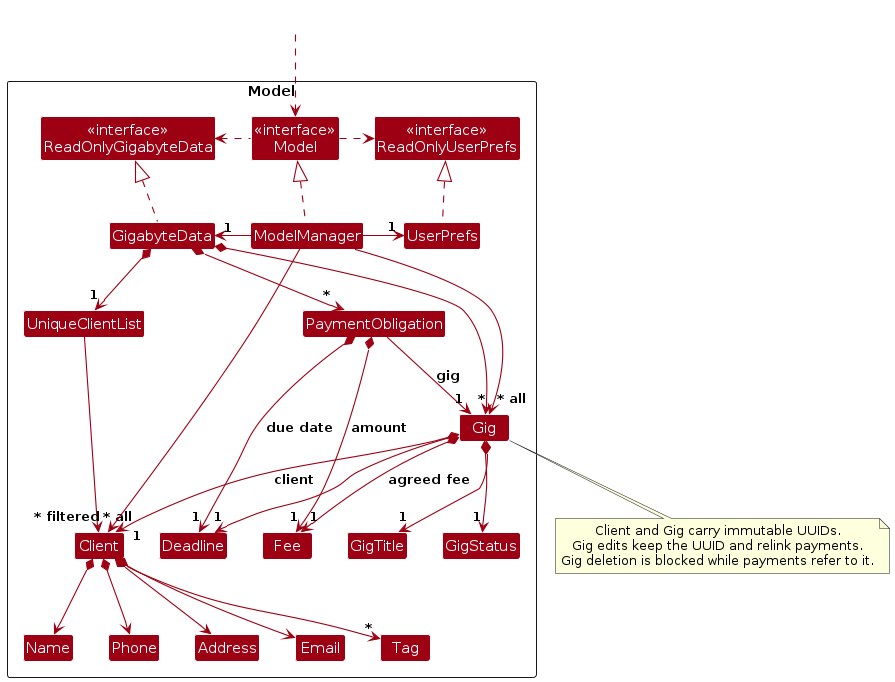
AY2627S1-CS2103T-W14-4/tp keeps this PlantUML diagram as diagrams/ModelClassDiagram.png. Above is the earlier version. Its source is kept beside it as diagrams/ModelClassDiagram.puml.
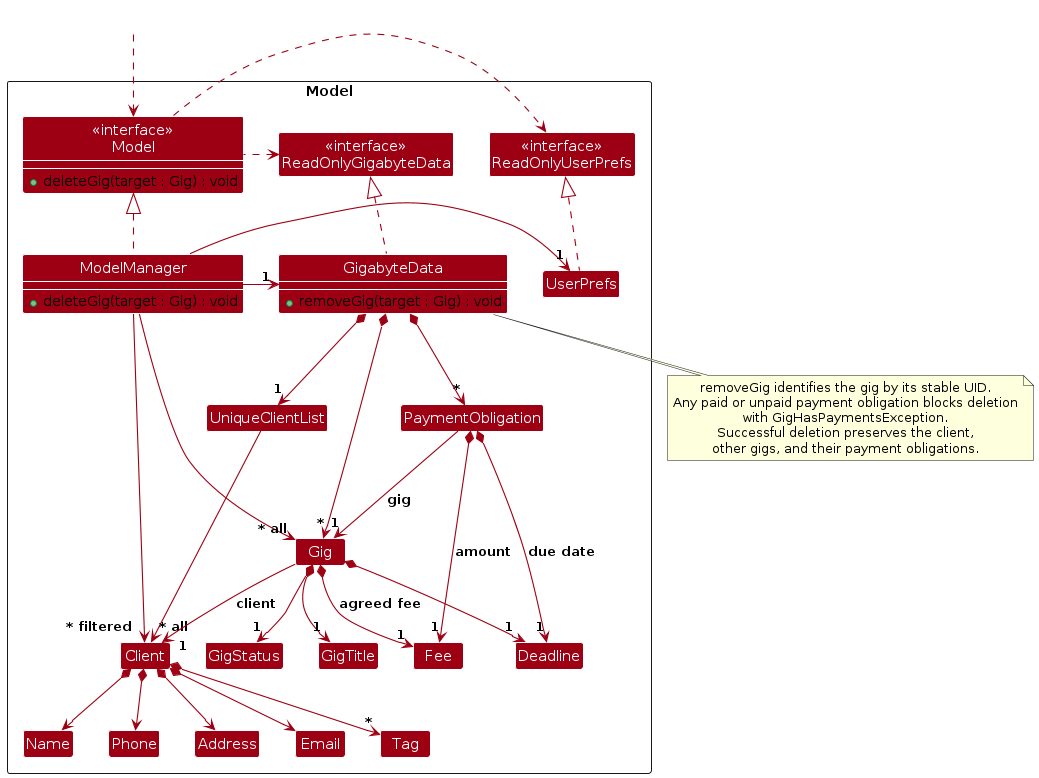
After the commit.

The edit, as a diff of the source:
```diff
@@ -7,9 +7,15 @@
 Package Model as ModelPackage <<Rectangle>>{
 Class "<<interface>>\nReadOnlyGigabyteData" as ReadOnlyGigabyteData
 Class "<<interface>>\nReadOnlyUserPrefs" as ReadOnlyUserPrefs
-Class "<<interface>>\nModel" as Model
-Class GigabyteData
-Class ModelManager
+Class "<<interface>>\nModel" as Model {
+    +deleteGig(target : Gig) : void
+}
+Class GigabyteData {
+    +removeGig(target : Gig) : void
+}
+Class ModelManager {
+    +deleteGig(target : Gig) : void
+}
 Class UserPrefs
 
 Class UniqueClientList
@@ -68,9 +74,15 @@
 
 ModelManager --> "~* filtered" Client
 ModelManager --> "~* all" Gig
-note bottom of Gig
-  Client and Gig carry immutable UUIDs.
-  Gig edits keep the UUID and relink payments.
-  Gig deletion is blocked while payments refer to it.
+
+note bottom of GigabyteData
+  removeGig identifies the gig by its stable UID.
+  Any paid or unpaid payment obligation blocks deletion
+  with GigHasPaymentsException.
+  Successful deletion preserves the client,
+  other gigs, and their payment obligations.
 end note
+show Model members
+show ModelManager members
+show GigabyteData members
 @enduml
```
